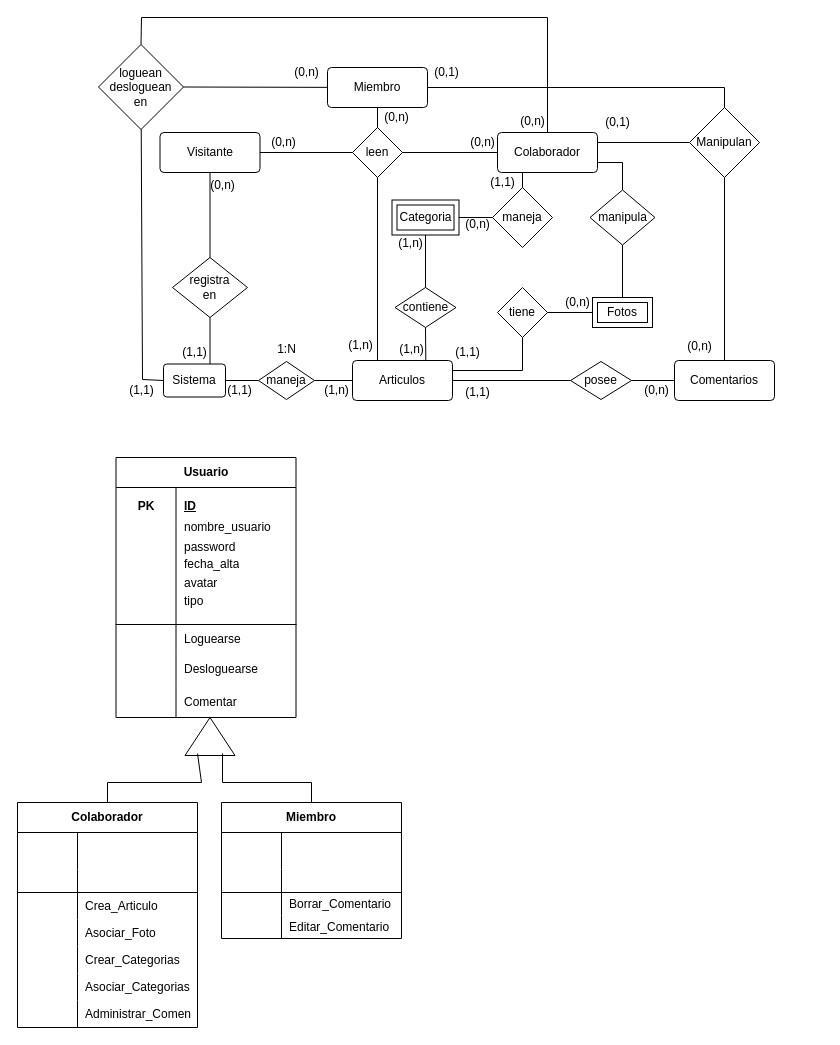
mateojgomez/blog_metaverso keeps this draw.io diagram as Blog_Metaverso.drawio. Above is the earlier version. Source tidied: cells renumbered, new cells numbered last; positions are measured from the earlier drawing's top-left corner, leaving out a move shared by most shapes. Both pictures are drawn from the tidied source at 100%, with x=0, y=0 at pixel (17, 17).
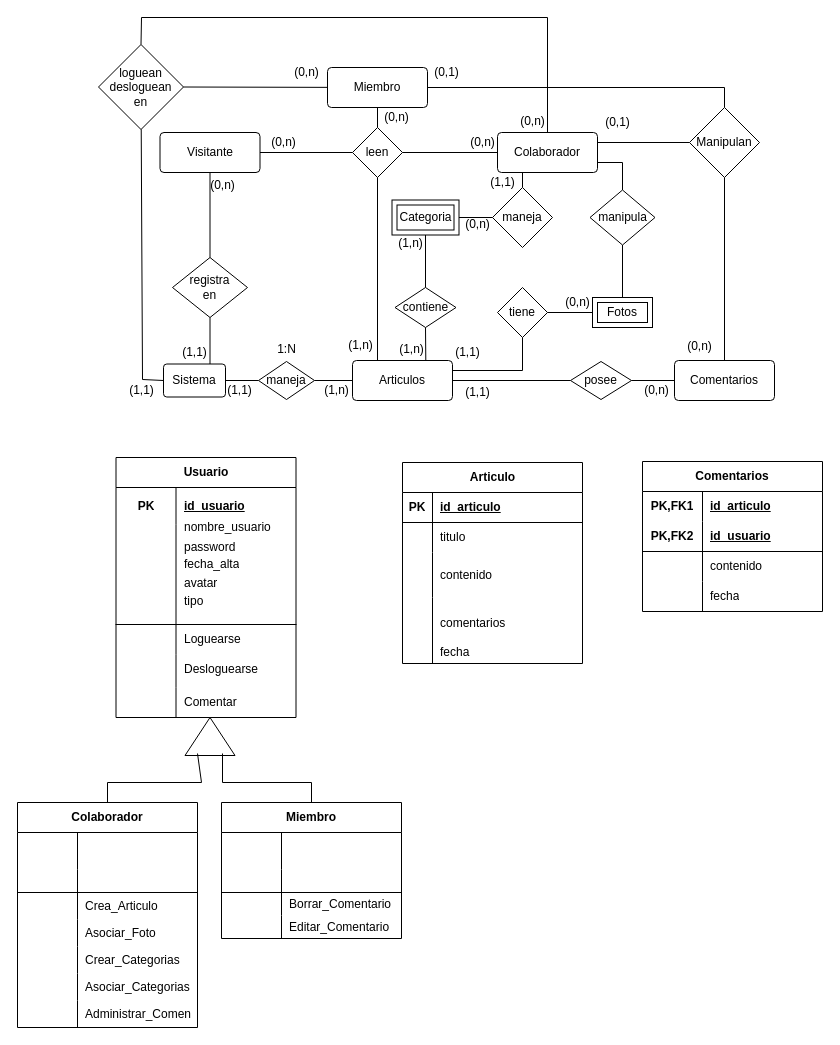
The same page after the edit.

The change refers to these unchanged cells:
```xml
<mxCell id="67" style="shape=tableRow;horizontal=0;startSize=0;swimlaneHead=0;swimlaneBody=0;fillColor=none;top=0;left=0;right=0;bottom=0;html=1;" parent="66" vertex="1">
  <mxGeometry y="30" width="180" height="37" as="geometry" />
</mxCell>
```

What changed in the source:
```diff
@@
-    <mxCell id="69" value="ID" style="shape=partialRectangle;fillColor=none;top=0;left=0;bottom=0;right=0;align=left;spacingLeft=6;fontStyle=5;overflow=hidden;html=1;whiteSpace=wrap;" parent="67" vertex="1">
+    <mxCell id="69" value="id_usuario" style="shape=partialRectangle;fillColor=none;top=0;left=0;bottom=0;right=0;align=left;spacingLeft=6;fontStyle=5;overflow=hidden;html=1;whiteSpace=wrap;" parent="67" vertex="1">
       <mxGeometry x="60" width="120" height="37" as="geometry" />
     </mxCell>
@@
+    <mxCell id="129" value="Articulo" style="shape=table;startSize=30;childLayout=tableLayout;rowLines=0;fontStyle=1;align=center;html=1;" parent="1" vertex="1">
+      <mxGeometry x="385" y="445" width="180" height="201" as="geometry" />
+    </mxCell>
+    <mxCell id="130" style="shape=tableRow;horizontal=0;startSize=0;swimlaneHead=0;swimlaneBody=0;fillColor=none;top=0;left=0;right=0;bottom=1;" parent="129" vertex="1">
+      <mxGeometry y="30" width="180" height="30" as="geometry" />
+    </mxCell>
+    <mxCell id="131" value="PK" style="shape=partialRectangle;fillColor=none;top=0;left=0;bottom=0;right=0;fontStyle=1;overflow=hidden;whiteSpace=wrap;html=1;" parent="130" vertex="1">
+      <mxGeometry width="30" height="30" as="geometry" />
+    </mxCell>
+    <mxCell id="132" value="id_articulo" style="shape=partialRectangle;fillColor=none;top=0;left=0;bottom=0;right=0;align=left;spacingLeft=6;fontStyle=5;overflow=hidden;whiteSpace=wrap;html=1;" parent="130" vertex="1">
+      <mxGeometry x="30" width="150" height="30" as="geometry" />
+    </mxCell>
+    <mxCell id="133" style="shape=tableRow;horizontal=0;startSize=0;swimlaneHead=0;swimlaneBody=0;fillColor=none;top=0;left=0;right=0;bottom=0;" parent="129" vertex="1">
+      <mxGeometry y="60" width="180" height="30" as="geometry" />
+    </mxCell>
+    <mxCell id="134" style="shape=partialRectangle;fillColor=none;top=0;left=0;bottom=0;right=0;overflow=hidden;whiteSpace=wrap;html=1;" parent="133" vertex="1">
+      <mxGeometry width="30" height="30" as="geometry" />
+    </mxCell>
+    <mxCell id="135" value="titulo" style="shape=partialRectangle;fillColor=none;top=0;left=0;bottom=0;right=0;align=left;spacingLeft=6;overflow=hidden;whiteSpace=wrap;html=1;" parent="133" vertex="1">
+      <mxGeometry x="30" width="150" height="30" as="geometry" />
+    </mxCell>
+    <mxCell id="136" style="shape=tableRow;horizontal=0;startSize=0;swimlaneHead=0;swimlaneBody=0;fillColor=none;top=0;left=0;right=0;bottom=0;" parent="129" vertex="1">
+      <mxGeometry y="90" width="180" height="45" as="geometry" />
+    </mxCell>
+    <mxCell id="137" style="shape=partialRectangle;fillColor=none;top=0;left=0;bottom=0;right=0;overflow=hidden;whiteSpace=wrap;html=1;" parent="136" vertex="1">
+      <mxGeometry width="30" height="45" as="geometry" />
+    </mxCell>
+    <mxCell id="138" value="contenido" style="shape=partialRectangle;fillColor=none;top=0;left=0;bottom=0;right=0;align=left;spacingLeft=6;overflow=hidden;whiteSpace=wrap;html=1;" parent="136" vertex="1">
+      <mxGeometry x="30" width="150" height="45" as="geometry" />
+    </mxCell>
+    <mxCell id="139" style="shape=tableRow;horizontal=0;startSize=0;swimlaneHead=0;swimlaneBody=0;fillColor=none;top=0;left=0;right=0;bottom=0;" parent="129" vertex="1">
+      <mxGeometry y="135" width="180" height="66" as="geometry" />
+    </mxCell>
+    <mxCell id="140" style="shape=partialRectangle;fillColor=none;top=0;left=0;bottom=0;right=0;overflow=hidden;whiteSpace=wrap;html=1;" parent="139" vertex="1">
+      <mxGeometry width="30" height="66" as="geometry" />
+    </mxCell>
+    <mxCell id="141" value="&lt;br&gt;comentarios&lt;br&gt;&lt;br&gt;fecha" style="shape=partialRectangle;fillColor=none;top=0;left=0;bottom=0;right=0;align=left;spacingLeft=6;overflow=hidden;whiteSpace=wrap;html=1;" parent="139" vertex="1">
+      <mxGeometry x="30" width="150" height="66" as="geometry" />
+    </mxCell>
+    <mxCell id="142" value="Comentarios" style="shape=table;startSize=30;childLayout=tableLayout;rowLines=0;fontStyle=1;align=center;html=1;whiteSpace=wrap;" parent="1" vertex="1">
+      <mxGeometry x="625" y="444" width="180" height="150" as="geometry" />
+    </mxCell>
+    <mxCell id="143" style="shape=tableRow;horizontal=0;startSize=0;swimlaneHead=0;swimlaneBody=0;fillColor=none;top=0;left=0;right=0;bottom=0;html=1;" parent="142" vertex="1">
+      <mxGeometry y="30" width="180" height="30" as="geometry" />
+    </mxCell>
+    <mxCell id="144" value="PK,FK1" style="shape=partialRectangle;fillColor=none;top=0;left=0;bottom=0;right=0;fontStyle=1;overflow=hidden;html=1;whiteSpace=wrap;" parent="143" vertex="1">
+      <mxGeometry width="60" height="30" as="geometry" />
+    </mxCell>
+    <mxCell id="145" value="id_articulo" style="shape=partialRectangle;fillColor=none;top=0;left=0;bottom=0;right=0;align=left;spacingLeft=6;fontStyle=5;overflow=hidden;html=1;whiteSpace=wrap;" parent="143" vertex="1">
+      <mxGeometry x="60" width="120" height="30" as="geometry" />
+    </mxCell>
+    <mxCell id="146" style="shape=tableRow;horizontal=0;startSize=0;swimlaneHead=0;swimlaneBody=0;fillColor=none;top=0;left=0;right=0;bottom=1;html=1;" parent="142" vertex="1">
+      <mxGeometry y="60" width="180" height="30" as="geometry" />
+    </mxCell>
+    <mxCell id="147" value="PK,FK2" style="shape=partialRectangle;fillColor=none;top=0;left=0;bottom=0;right=0;fontStyle=1;overflow=hidden;html=1;whiteSpace=wrap;" parent="146" vertex="1">
+      <mxGeometry width="60" height="30" as="geometry" />
+    </mxCell>
+    <mxCell id="148" value="id_usuario" style="shape=partialRectangle;fillColor=none;top=0;left=0;bottom=0;right=0;align=left;spacingLeft=6;fontStyle=5;overflow=hidden;html=1;whiteSpace=wrap;" parent="146" vertex="1">
+      <mxGeometry x="60" width="120" height="30" as="geometry" />
+    </mxCell>
+    <mxCell id="149" style="shape=tableRow;horizontal=0;startSize=0;swimlaneHead=0;swimlaneBody=0;fillColor=none;top=0;left=0;right=0;bottom=0;html=1;" parent="142" vertex="1">
+      <mxGeometry y="90" width="180" height="30" as="geometry" />
+    </mxCell>
+    <mxCell id="150" style="shape=partialRectangle;fillColor=none;top=0;left=0;bottom=0;right=0;overflow=hidden;html=1;whiteSpace=wrap;" parent="149" vertex="1">
+      <mxGeometry width="60" height="30" as="geometry" />
+    </mxCell>
+    <mxCell id="151" value="contenido" style="shape=partialRectangle;fillColor=none;top=0;left=0;bottom=0;right=0;align=left;spacingLeft=6;overflow=hidden;html=1;whiteSpace=wrap;" parent="149" vertex="1">
+      <mxGeometry x="60" width="120" height="30" as="geometry" />
+    </mxCell>
+    <mxCell id="152" style="shape=tableRow;horizontal=0;startSize=0;swimlaneHead=0;swimlaneBody=0;fillColor=none;top=0;left=0;right=0;bottom=0;html=1;" parent="142" vertex="1">
+      <mxGeometry y="120" width="180" height="30" as="geometry" />
+    </mxCell>
+    <mxCell id="153" style="shape=partialRectangle;fillColor=none;top=0;left=0;bottom=0;right=0;overflow=hidden;html=1;whiteSpace=wrap;" parent="152" vertex="1">
+      <mxGeometry width="60" height="30" as="geometry" />
+    </mxCell>
+    <mxCell id="154" value="fecha" style="shape=partialRectangle;fillColor=none;top=0;left=0;bottom=0;right=0;align=left;spacingLeft=6;overflow=hidden;html=1;whiteSpace=wrap;" parent="152" vertex="1">
+      <mxGeometry x="60" width="120" height="30" as="geometry" />
+    </mxCell>
```
